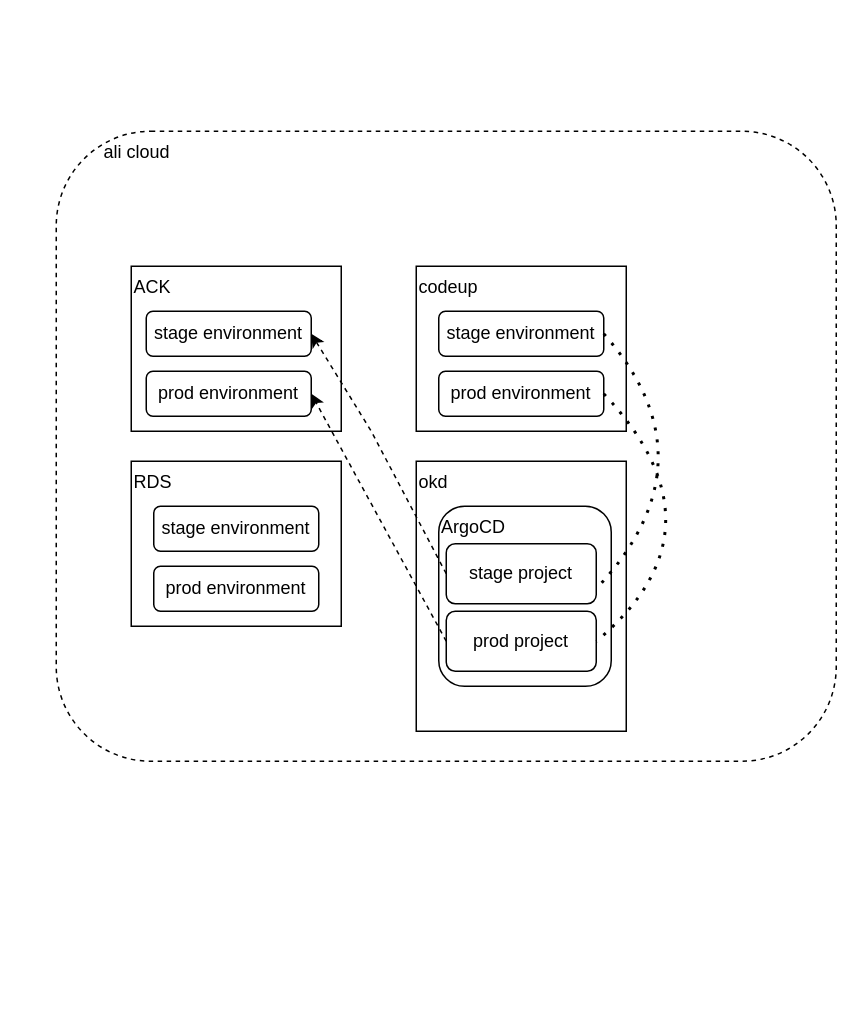
This is diagram/architecture.drawio from Si-ren/sundry, a draw.io file, before an edit. Source tidied: cells renumbered, new cells numbered last; positions are measured from the earlier drawing's top-left corner, leaving out a move shared by most shapes. Both pictures are drawn from the tidied source at 150%, with x=0, y=0 at pixel (56, 130).
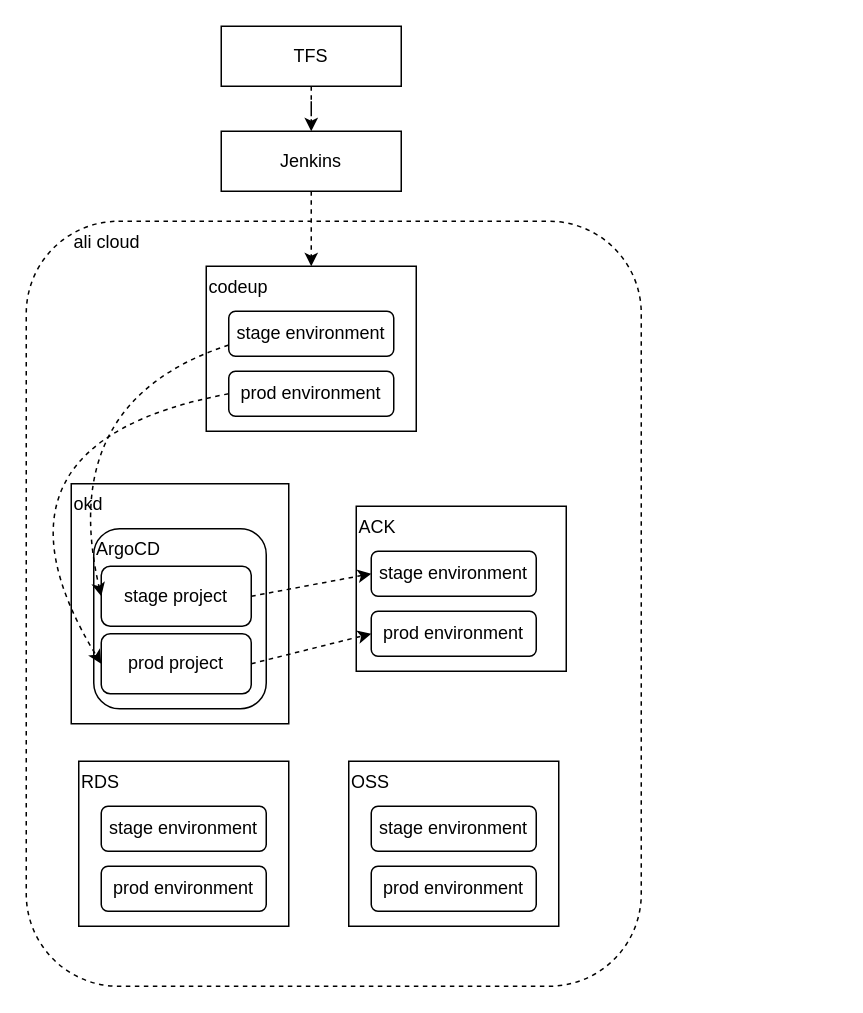
After the change.

Diff of the diagram source:
```diff
@@
     <mxCell id="2" value="&amp;nbsp; &amp;nbsp; &amp;nbsp; &amp;nbsp; &amp;nbsp;ali cloud" style="rounded=1;whiteSpace=wrap;html=1;dashed=1;align=left;verticalAlign=top;" parent="1" vertex="1">
-      <mxGeometry width="520" height="420" as="geometry" />
+      <mxGeometry x="-20" y="60" width="410" height="510" as="geometry" />
     </mxCell>
     <mxCell id="3" value="ACK" style="rounded=0;whiteSpace=wrap;html=1;align=left;verticalAlign=top;" parent="1" vertex="1">
-      <mxGeometry x="50" y="90" width="140" height="110" as="geometry" />
+      <mxGeometry x="200" y="250" width="140" height="110" as="geometry" />
     </mxCell>
-    <mxCell id="4" value="prod environment" style="rounded=1;whiteSpace=wrap;html=1;" parent="1" vertex="1">
-      <mxGeometry x="60" y="160" width="110" height="30" as="geometry" />
-    </mxCell>
-    <mxCell id="5" value="stage environment" style="rounded=1;whiteSpace=wrap;html=1;" parent="1" vertex="1">
-      <mxGeometry x="60" y="120" width="110" height="30" as="geometry" />
-    </mxCell>
     <mxCell id="6" value="RDS" style="rounded=0;whiteSpace=wrap;html=1;align=left;verticalAlign=top;" parent="1" vertex="1">
-      <mxGeometry x="50" y="220" width="140" height="110" as="geometry" />
+      <mxGeometry x="15" y="420" width="140" height="110" as="geometry" />
     </mxCell>
-    <mxCell id="7" value="stage environment" style="rounded=1;whiteSpace=wrap;html=1;" parent="1" vertex="1">
-      <mxGeometry x="65" y="250" width="110" height="30" as="geometry" />
-    </mxCell>
-    <mxCell id="8" value="prod environment" style="rounded=1;whiteSpace=wrap;html=1;" parent="1" vertex="1">
-      <mxGeometry x="65" y="290" width="110" height="30" as="geometry" />
-    </mxCell>
     <mxCell id="9" value="codeup" style="rounded=0;whiteSpace=wrap;html=1;align=left;verticalAlign=top;" parent="1" vertex="1">
-      <mxGeometry x="240" y="90" width="140" height="110" as="geometry" />
+      <mxGeometry x="100" y="90" width="140" height="110" as="geometry" />
     </mxCell>
     <mxCell id="10" value="stage environment" style="rounded=1;whiteSpace=wrap;html=1;" parent="1" vertex="1">
-      <mxGeometry x="255" y="120" width="110" height="30" as="geometry" />
+      <mxGeometry x="115" y="120" width="110" height="30" as="geometry" />
     </mxCell>
     <mxCell id="11" value="prod environment" style="rounded=1;whiteSpace=wrap;html=1;" parent="1" vertex="1">
-      <mxGeometry x="255" y="160" width="110" height="30" as="geometry" />
+      <mxGeometry x="115" y="160" width="110" height="30" as="geometry" />
     </mxCell>
     <mxCell id="12" value="okd" style="rounded=0;whiteSpace=wrap;html=1;align=left;verticalAlign=top;" parent="1" vertex="1">
-      <mxGeometry x="240" y="220" width="140" height="180" as="geometry" />
+      <mxGeometry x="10" y="235" width="145" height="160" as="geometry" />
     </mxCell>
     <mxCell id="13" value="ArgoCD" style="rounded=1;whiteSpace=wrap;html=1;align=left;verticalAlign=top;" parent="1" vertex="1">
-      <mxGeometry x="255" y="250" width="115" height="120" as="geometry" />
+      <mxGeometry x="25" y="265" width="115" height="120" as="geometry" />
     </mxCell>
-    <mxCell id="14" style="endArrow=classic;html=1;entryX=1;entryY=0.5;entryDx=0;entryDy=0;exitX=0;exitY=0.5;exitDx=0;exitDy=0;rounded=0;dashed=1;" parent="1" edge="1" source="16" target="5">
-      <mxGeometry relative="1" as="geometry">
-        <Array as="points">
-          <mxPoint x="210" y="200" />
-        </Array>
-      </mxGeometry>
-    </mxCell>
-    <mxCell id="15" style="endArrow=classic;html=1;rounded=0;entryX=1;entryY=0.5;entryDx=0;entryDy=0;exitX=0;exitY=0.5;exitDx=0;exitDy=0;dashed=1;" parent="1" edge="1" source="17" target="4">
-      <mxGeometry relative="1" as="geometry" />
-    </mxCell>
     <mxCell id="16" value="stage project" style="rounded=1;whiteSpace=wrap;html=1;" parent="1" vertex="1">
-      <mxGeometry x="260" y="275" width="100" height="40" as="geometry" />
+      <mxGeometry x="30" y="290" width="100" height="40" as="geometry" />
     </mxCell>
     <mxCell id="17" value="prod project" style="rounded=1;whiteSpace=wrap;html=1;" parent="1" vertex="1">
-      <mxGeometry x="260" y="320" width="100" height="40" as="geometry" />
+      <mxGeometry x="30" y="335" width="100" height="40" as="geometry" />
     </mxCell>
+    <mxCell id="20" value="stage environment" style="rounded=1;whiteSpace=wrap;html=1;" parent="1" vertex="1">
+      <mxGeometry x="30" y="450" width="110" height="30" as="geometry" />
+    </mxCell>
+    <mxCell id="21" value="prod environment" style="rounded=1;whiteSpace=wrap;html=1;" parent="1" vertex="1">
+      <mxGeometry x="30" y="490" width="110" height="30" as="geometry" />
+    </mxCell>
+    <mxCell id="22" value="prod environment" style="rounded=1;whiteSpace=wrap;html=1;" parent="1" vertex="1">
+      <mxGeometry x="210" y="320" width="110" height="30" as="geometry" />
+    </mxCell>
+    <mxCell id="23" value="stage environment" style="rounded=1;whiteSpace=wrap;html=1;" parent="1" vertex="1">
+      <mxGeometry x="210" y="280" width="110" height="30" as="geometry" />
+    </mxCell>
+    <mxCell id="24" style="endArrow=classic;dashed=1;html=1;rounded=0;exitX=1;exitY=0.5;exitDx=0;exitDy=0;entryX=0;entryY=0.5;entryDx=0;entryDy=0;endFill=1;" parent="1" edge="1" source="16" target="23">
+      <mxGeometry relative="1" as="geometry" />
+    </mxCell>
+    <mxCell id="25" style="endArrow=classic;dashed=1;html=1;rounded=0;exitX=1;exitY=0.5;exitDx=0;exitDy=0;entryX=0;entryY=0.5;entryDx=0;entryDy=0;endFill=1;" parent="1" edge="1" source="17" target="22">
+      <mxGeometry relative="1" as="geometry" />
+    </mxCell>
-    <mxCell id="18" style="endArrow=none;dashed=1;html=1;dashPattern=1 3;strokeWidth=2;exitX=1;exitY=0.5;exitDx=0;exitDy=0;entryX=1;entryY=0.75;entryDx=0;entryDy=0;curved=1;" parent="1" edge="1" source="10" target="16">
+    <mxCell id="18" style="curved=1;endArrow=classic;html=1;rounded=0;entryX=0;entryY=0.5;entryDx=0;entryDy=0;exitX=0;exitY=0.75;exitDx=0;exitDy=0;dashed=1;" parent="1" edge="1" source="10" target="16">
       <mxGeometry relative="1" as="geometry">
         <Array as="points">
-          <mxPoint x="440" y="220" />
+          <mxPoint y="180" />
         </Array>
       </mxGeometry>
     </mxCell>
-    <mxCell id="19" style="endArrow=none;dashed=1;html=1;dashPattern=1 3;strokeWidth=2;exitX=1;exitY=0.5;exitDx=0;exitDy=0;entryX=1;entryY=0.5;entryDx=0;entryDy=0;curved=1;shadow=0;sketch=0;" parent="1" edge="1" source="11" target="17">
+    <mxCell id="19" style="curved=1;endArrow=classic;html=1;rounded=0;entryX=0;entryY=0.5;entryDx=0;entryDy=0;exitX=0;exitY=0.5;exitDx=0;exitDy=0;dashed=1;" parent="1" edge="1" source="11" target="17">
       <mxGeometry relative="1" as="geometry">
         <Array as="points">
-          <mxPoint x="450" y="265" />
+          <mxPoint x="-60" y="208" />
         </Array>
       </mxGeometry>
     </mxCell>
+    <mxCell id="26" value="OSS" style="rounded=0;whiteSpace=wrap;html=1;align=left;verticalAlign=top;" parent="1" vertex="1">
+      <mxGeometry x="195" y="420" width="140" height="110" as="geometry" />
+    </mxCell>
+    <mxCell id="27" value="stage environment" style="rounded=1;whiteSpace=wrap;html=1;" parent="1" vertex="1">
+      <mxGeometry x="210" y="450" width="110" height="30" as="geometry" />
+    </mxCell>
+    <mxCell id="28" value="prod environment" style="rounded=1;whiteSpace=wrap;html=1;" parent="1" vertex="1">
+      <mxGeometry x="210" y="490" width="110" height="30" as="geometry" />
+    </mxCell>
+    <mxCell id="29" style="edgeStyle=orthogonalEdgeStyle;rounded=0;jettySize=auto;html=1;entryX=0.5;entryY=0;entryDx=0;entryDy=0;dashed=1;endArrow=classic;endFill=1;" parent="1" edge="1" source="30" target="32">
+      <mxGeometry relative="1" as="geometry" />
+    </mxCell>
+    <mxCell id="30" value="TFS" style="rounded=0;whiteSpace=wrap;html=1;" parent="1" vertex="1">
+      <mxGeometry x="110" y="-70" width="120" height="40" as="geometry" />
+    </mxCell>
+    <mxCell id="31" style="edgeStyle=orthogonalEdgeStyle;rounded=0;jettySize=auto;html=1;dashed=1;endArrow=classic;endFill=1;" parent="1" edge="1" source="32" target="9">
+      <mxGeometry relative="1" as="geometry" />
+    </mxCell>
+    <mxCell id="32" value="Jenkins" style="rounded=0;whiteSpace=wrap;html=1;" parent="1" vertex="1">
+      <mxGeometry x="110" width="120" height="40" as="geometry" />
+    </mxCell>
```
